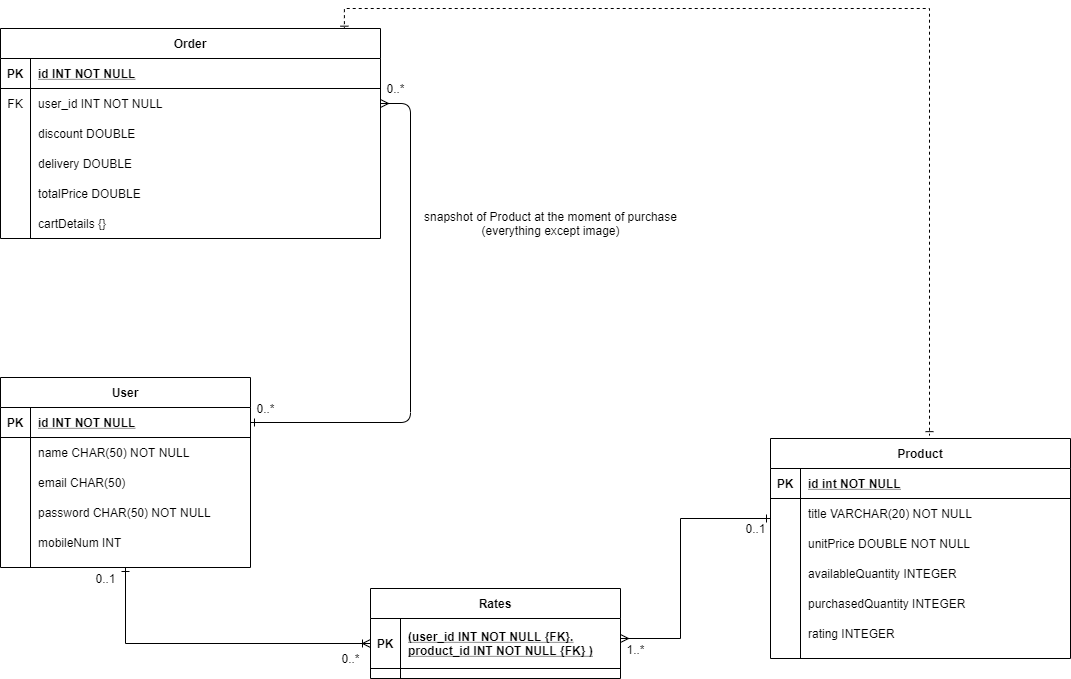
The draw.io diagram ShoppingCartERD.png in dinuka-rp/Shopping-Cart, before a commit. Source tidied: cells renumbered, new cells last; positions are measured from the earlier drawing's top-left corner, leaving out a move shared by most shapes.
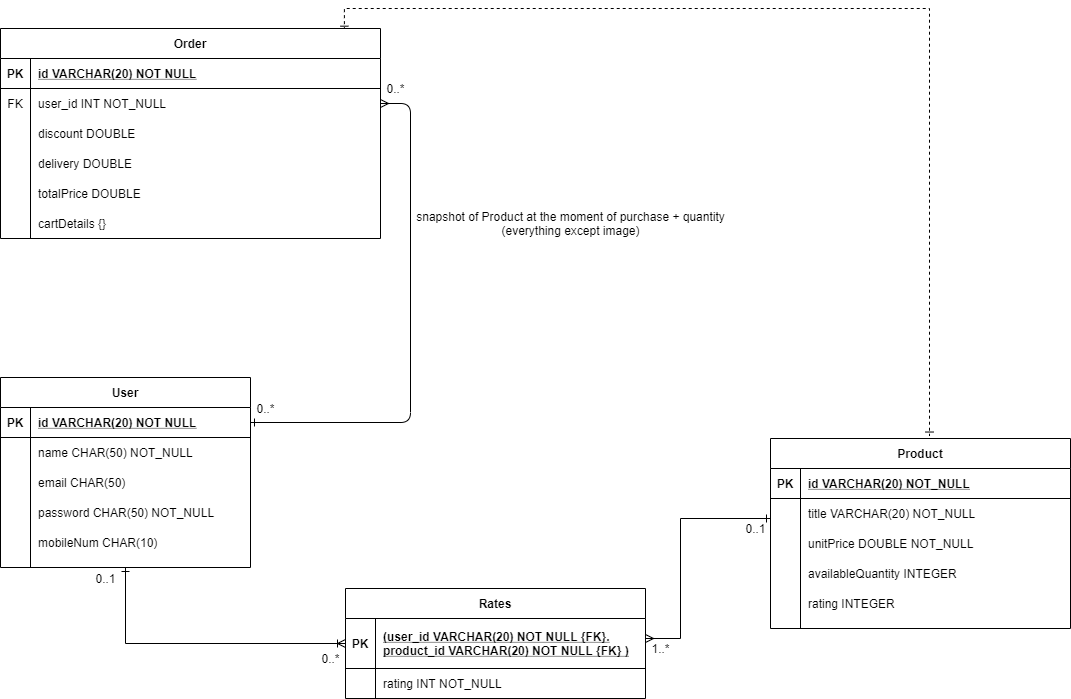
After the commit.

Diff of the diagram source:
```diff
@@ -28,10 +28,10 @@
       <mxGeometry x="85" y="560" width="40" height="20" as="geometry" />
     </mxCell>
     <mxCell id="7" value="0..*" style="text;html=1;align=center;verticalAlign=middle;" parent="1" vertex="1">
-      <mxGeometry x="335" y="640" width="30" height="20" as="geometry" />
+      <mxGeometry x="315" y="640" width="30" height="20" as="geometry" />
     </mxCell>
     <mxCell id="8" value="1..*" style="text;html=1;align=center;verticalAlign=middle;" parent="1" vertex="1">
-      <mxGeometry x="620" y="631" width="30" height="20" as="geometry" />
+      <mxGeometry x="645" y="630" width="30" height="20" as="geometry" />
     </mxCell>
     <mxCell id="9" value="0..1" style="text;html=1;align=center;verticalAlign=middle;" parent="1" vertex="1">
       <mxGeometry x="735" y="510" width="40" height="20" as="geometry" />
@@ -42,11 +42,11 @@
     <mxCell id="11" value="0..*" style="text;html=1;align=center;verticalAlign=middle;" parent="1" vertex="1">
       <mxGeometry x="250" y="390" width="30" height="20" as="geometry" />
     </mxCell>
-    <mxCell id="12" value="snapshot of Product at the moment of purchase&lt;br&gt;(everything except image)" style="text;html=1;align=center;verticalAlign=middle;" parent="1" vertex="1">
-      <mxGeometry x="415" y="200" width="270" height="30" as="geometry" />
+    <mxCell id="12" value="snapshot of Product at the moment of purchase + quantity&lt;br&gt;(everything except image)" style="text;html=1;align=center;verticalAlign=middle;" parent="1" vertex="1">
+      <mxGeometry x="410" y="200" width="320" height="30" as="geometry" />
     </mxCell>
     <mxCell id="13" value="Product" style="shape=table;startSize=30;rowLines=0;fontStyle=1;align=center;" parent="1" vertex="1">
-      <mxGeometry x="770" y="430" width="300" height="220" as="geometry" />
+      <mxGeometry x="770" y="430" width="300" height="190" as="geometry" />
     </mxCell>
     <mxCell id="14" style="shape=partialRectangle;fillColor=none;top=0;left=0;right=0;bottom=1;" parent="13" vertex="1">
       <mxGeometry y="30" width="300" height="30" as="geometry" />
@@ -54,7 +54,7 @@
     <mxCell id="15" value="PK" style="shape=partialRectangle;overflow=hidden;fillColor=none;top=0;left=0;bottom=0;right=0;fontStyle=1;" parent="14" vertex="1">
       <mxGeometry width="30" height="30" as="geometry" />
     </mxCell>
-    <mxCell id="16" value="id int NOT NULL " style="shape=partialRectangle;overflow=hidden;fillColor=none;top=0;left=0;bottom=0;right=0;align=left;spacingLeft=6;fontStyle=5;" parent="14" vertex="1">
+    <mxCell id="16" value="id VARCHAR(20) NOT_NULL" style="shape=partialRectangle;overflow=hidden;fillColor=none;top=0;left=0;bottom=0;right=0;align=left;spacingLeft=6;fontStyle=5;" parent="14" vertex="1">
       <mxGeometry x="30" width="270" height="30" as="geometry" />
     </mxCell>
     <mxCell id="17" style="shape=partialRectangle;fillColor=none;top=0;left=0;right=0;bottom=0;" parent="13" vertex="1">
@@ -63,7 +63,7 @@
     <mxCell id="18" style="shape=partialRectangle;overflow=hidden;fillColor=none;top=0;left=0;bottom=0;right=0;" parent="17" vertex="1">
       <mxGeometry width="30" height="30" as="geometry" />
     </mxCell>
-    <mxCell id="19" value="title VARCHAR(20) NOT NULL" style="shape=partialRectangle;overflow=hidden;fillColor=none;top=0;left=0;bottom=0;right=0;align=left;spacingLeft=6;" parent="17" vertex="1">
+    <mxCell id="19" value="title VARCHAR(20) NOT_NULL" style="shape=partialRectangle;overflow=hidden;fillColor=none;top=0;left=0;bottom=0;right=0;align=left;spacingLeft=6;" parent="17" vertex="1">
       <mxGeometry x="30" width="270" height="30" as="geometry" />
     </mxCell>
     <mxCell id="20" style="shape=partialRectangle;fillColor=none;top=0;left=0;right=0;bottom=0;" parent="13" vertex="1">
@@ -72,7 +72,7 @@
     <mxCell id="21" style="shape=partialRectangle;overflow=hidden;fillColor=none;top=0;left=0;bottom=0;right=0;" parent="20" vertex="1">
       <mxGeometry width="30" height="30" as="geometry" />
     </mxCell>
-    <mxCell id="22" value="unitPrice DOUBLE NOT NULL" style="shape=partialRectangle;overflow=hidden;fillColor=none;top=0;left=0;bottom=0;right=0;align=left;spacingLeft=6;" parent="20" vertex="1">
+    <mxCell id="22" value="unitPrice DOUBLE NOT_NULL" style="shape=partialRectangle;overflow=hidden;fillColor=none;top=0;left=0;bottom=0;right=0;align=left;spacingLeft=6;" parent="20" vertex="1">
       <mxGeometry x="30" width="270" height="30" as="geometry" />
     </mxCell>
     <mxCell id="23" style="shape=partialRectangle;fillColor=none;top=0;left=0;right=0;bottom=0;" parent="13" vertex="1">
@@ -84,17 +84,8 @@
     <mxCell id="25" value="availableQuantity INTEGER" style="shape=partialRectangle;overflow=hidden;fillColor=none;top=0;left=0;bottom=0;right=0;align=left;spacingLeft=6;" parent="23" vertex="1">
       <mxGeometry x="30" width="270" height="30" as="geometry" />
     </mxCell>
-    <mxCell id="26" style="shape=partialRectangle;fillColor=none;top=0;left=0;right=0;bottom=0;" parent="13" vertex="1">
-      <mxGeometry y="150" width="300" height="30" as="geometry" />
-    </mxCell>
-    <mxCell id="27" style="shape=partialRectangle;overflow=hidden;fillColor=none;top=0;left=0;bottom=0;right=0;" parent="26" vertex="1">
-      <mxGeometry width="30" height="30" as="geometry" />
-    </mxCell>
-    <mxCell id="28" value="purchasedQuantity INTEGER" style="shape=partialRectangle;overflow=hidden;fillColor=none;top=0;left=0;bottom=0;right=0;align=left;spacingLeft=6;" parent="26" vertex="1">
-      <mxGeometry x="30" width="270" height="30" as="geometry" />
-    </mxCell>
     <mxCell id="29" style="shape=partialRectangle;fillColor=none;top=0;left=0;right=0;bottom=0;" parent="13" vertex="1">
-      <mxGeometry y="180" width="300" height="30" as="geometry" />
+      <mxGeometry y="150" width="300" height="30" as="geometry" />
     </mxCell>
     <mxCell id="30" style="shape=partialRectangle;overflow=hidden;fillColor=none;top=0;left=0;bottom=0;right=0;" parent="29" vertex="1">
       <mxGeometry width="30" height="30" as="geometry" />
@@ -102,18 +93,6 @@
     <mxCell id="31" value="rating INTEGER" style="shape=partialRectangle;overflow=hidden;fillColor=none;top=0;left=0;bottom=0;right=0;align=left;spacingLeft=6;" parent="29" vertex="1">
       <mxGeometry x="30" width="270" height="30" as="geometry" />
     </mxCell>
-    <mxCell id="32" value="Rates" style="shape=table;startSize=30;rowLines=0;fontStyle=1;align=center;" parent="1" vertex="1">
-      <mxGeometry x="370" y="580" width="250" height="90" as="geometry" />
-    </mxCell>
-    <mxCell id="33" style="shape=partialRectangle;fillColor=none;top=0;left=0;bottom=1;right=0;points=[[0,0.5],[1,0.5]];portConstraint=eastwest;" parent="32" vertex="1">
-      <mxGeometry y="30" width="250" height="50" as="geometry" />
-    </mxCell>
-    <mxCell id="34" value="PK" style="shape=partialRectangle;fillColor=none;top=0;left=0;bottom=0;right=0;fontStyle=1;overflow=hidden;" parent="33" vertex="1">
-      <mxGeometry width="30" height="50" as="geometry" />
-    </mxCell>
-    <mxCell id="35" value="(user_id INT NOT NULL {FK}.&#10;product_id INT NOT NULL {FK} )" style="shape=partialRectangle;fillColor=none;top=0;left=0;bottom=0;right=0;align=left;spacingLeft=6;fontStyle=5;overflow=hidden;" parent="33" vertex="1">
-      <mxGeometry x="30" width="220" height="50" as="geometry" />
-    </mxCell>
     <mxCell id="36" value="User" style="shape=table;startSize=30;rowLines=0;fontStyle=1;align=center;" parent="1" vertex="1">
       <mxGeometry y="369" width="250" height="190" as="geometry" />
     </mxCell>
@@ -123,7 +102,7 @@
     <mxCell id="38" value="PK" style="shape=partialRectangle;overflow=hidden;fillColor=none;top=0;left=0;bottom=0;right=0;fontStyle=1;" parent="37" vertex="1">
       <mxGeometry width="30" height="30" as="geometry" />
     </mxCell>
-    <mxCell id="39" value="id INT NOT NULL " style="shape=partialRectangle;overflow=hidden;fillColor=none;top=0;left=0;bottom=0;right=0;align=left;spacingLeft=6;fontStyle=5;" parent="37" vertex="1">
+    <mxCell id="39" value="id VARCHAR(20) NOT NULL " style="shape=partialRectangle;overflow=hidden;fillColor=none;top=0;left=0;bottom=0;right=0;align=left;spacingLeft=6;fontStyle=5;" parent="37" vertex="1">
       <mxGeometry x="30" width="220" height="30" as="geometry" />
     </mxCell>
     <mxCell id="40" style="shape=partialRectangle;fillColor=none;top=0;left=0;right=0;bottom=0;" parent="36" vertex="1">
@@ -132,7 +111,7 @@
     <mxCell id="41" style="shape=partialRectangle;overflow=hidden;fillColor=none;top=0;left=0;bottom=0;right=0;" parent="40" vertex="1">
       <mxGeometry width="30" height="30" as="geometry" />
     </mxCell>
-    <mxCell id="42" value="name CHAR(50) NOT NULL" style="shape=partialRectangle;overflow=hidden;fillColor=none;top=0;left=0;bottom=0;right=0;align=left;spacingLeft=6;" parent="40" vertex="1">
+    <mxCell id="42" value="name CHAR(50) NOT_NULL" style="shape=partialRectangle;overflow=hidden;fillColor=none;top=0;left=0;bottom=0;right=0;align=left;spacingLeft=6;" parent="40" vertex="1">
       <mxGeometry x="30" width="220" height="30" as="geometry" />
     </mxCell>
     <mxCell id="43" style="shape=partialRectangle;fillColor=none;top=0;left=0;right=0;bottom=0;" parent="36" vertex="1">
@@ -150,7 +129,7 @@
     <mxCell id="47" style="shape=partialRectangle;overflow=hidden;fillColor=none;top=0;left=0;bottom=0;right=0;" parent="46" vertex="1">
       <mxGeometry width="30" height="30" as="geometry" />
     </mxCell>
-    <mxCell id="48" value="password CHAR(50) NOT NULL" style="shape=partialRectangle;overflow=hidden;fillColor=none;top=0;left=0;bottom=0;right=0;align=left;spacingLeft=6;" parent="46" vertex="1">
+    <mxCell id="48" value="password CHAR(50) NOT_NULL" style="shape=partialRectangle;overflow=hidden;fillColor=none;top=0;left=0;bottom=0;right=0;align=left;spacingLeft=6;" parent="46" vertex="1">
       <mxGeometry x="30" width="220" height="30" as="geometry" />
     </mxCell>
     <mxCell id="49" style="shape=partialRectangle;fillColor=none;top=0;left=0;right=0;bottom=0;" parent="36" vertex="1">
@@ -159,7 +138,7 @@
     <mxCell id="50" style="shape=partialRectangle;overflow=hidden;fillColor=none;top=0;left=0;bottom=0;right=0;" parent="49" vertex="1">
       <mxGeometry width="30" height="30" as="geometry" />
     </mxCell>
-    <mxCell id="51" value="mobileNum INT" style="shape=partialRectangle;overflow=hidden;fillColor=none;top=0;left=0;bottom=0;right=0;align=left;spacingLeft=6;" parent="49" vertex="1">
+    <mxCell id="51" value="mobileNum CHAR(10)" style="shape=partialRectangle;overflow=hidden;fillColor=none;top=0;left=0;bottom=0;right=0;align=left;spacingLeft=6;" parent="49" vertex="1">
       <mxGeometry x="30" width="220" height="30" as="geometry" />
     </mxCell>
     <mxCell id="52" value="Order" style="shape=table;startSize=30;rowLines=0;fontStyle=1;align=center;" parent="1" vertex="1">
@@ -171,7 +150,7 @@
     <mxCell id="54" value="PK" style="shape=partialRectangle;fillColor=none;top=0;left=0;bottom=0;right=0;fontStyle=1;overflow=hidden;" parent="53" vertex="1">
       <mxGeometry width="30" height="30" as="geometry" />
     </mxCell>
-    <mxCell id="55" value="id INT NOT NULL" style="shape=partialRectangle;fillColor=none;top=0;left=0;bottom=0;right=0;align=left;spacingLeft=6;fontStyle=5;overflow=hidden;" parent="53" vertex="1">
+    <mxCell id="55" value="id VARCHAR(20) NOT NULL" style="shape=partialRectangle;fillColor=none;top=0;left=0;bottom=0;right=0;align=left;spacingLeft=6;fontStyle=5;overflow=hidden;" parent="53" vertex="1">
       <mxGeometry x="30" width="350" height="30" as="geometry" />
     </mxCell>
     <mxCell id="56" style="shape=partialRectangle;fillColor=none;top=0;left=0;bottom=0;right=0;points=[[0,0.5],[1,0.5]];portConstraint=eastwest;" parent="52" vertex="1">
@@ -180,7 +159,7 @@
     <mxCell id="57" value="FK" style="shape=partialRectangle;fillColor=none;top=0;left=0;bottom=0;right=0;overflow=hidden;" parent="56" vertex="1">
       <mxGeometry width="30" height="30" as="geometry" />
     </mxCell>
-    <mxCell id="58" value="user_id INT NOT NULL" style="shape=partialRectangle;fillColor=none;top=0;left=0;bottom=0;right=0;align=left;spacingLeft=6;overflow=hidden;" parent="56" vertex="1">
+    <mxCell id="58" value="user_id INT NOT_NULL" style="shape=partialRectangle;fillColor=none;top=0;left=0;bottom=0;right=0;align=left;spacingLeft=6;overflow=hidden;" parent="56" vertex="1">
       <mxGeometry x="30" width="350" height="30" as="geometry" />
     </mxCell>
     <mxCell id="59" style="shape=partialRectangle;fillColor=none;top=0;left=0;bottom=0;right=0;" parent="52" vertex="1">
@@ -219,5 +198,26 @@
     <mxCell id="70" value="cartDetails {}" style="shape=partialRectangle;fillColor=none;top=0;left=0;bottom=0;right=0;align=left;spacingLeft=6;overflow=hidden;" parent="68" vertex="1">
       <mxGeometry x="30" width="350" height="30" as="geometry" />
     </mxCell>
+    <mxCell id="32" value="Rates" style="shape=table;startSize=30;rowLines=0;fontStyle=1;align=center;" parent="1" vertex="1">
+      <mxGeometry x="345" y="580" width="300" height="110" as="geometry" />
+    </mxCell>
+    <mxCell id="33" style="shape=partialRectangle;fillColor=none;top=0;left=0;bottom=1;right=0;points=[[0,0.5],[1,0.5]];portConstraint=eastwest;" parent="32" vertex="1">
+      <mxGeometry y="30" width="300" height="50" as="geometry" />
+    </mxCell>
+    <mxCell id="34" value="PK" style="shape=partialRectangle;fillColor=none;top=0;left=0;bottom=0;right=0;fontStyle=1;overflow=hidden;" parent="33" vertex="1">
+      <mxGeometry width="30" height="50" as="geometry" />
+    </mxCell>
+    <mxCell id="35" value="(user_id VARCHAR(20) NOT NULL {FK}.&#10;product_id VARCHAR(20) NOT NULL {FK} )" style="shape=partialRectangle;fillColor=none;top=0;left=0;bottom=0;right=0;align=left;spacingLeft=6;fontStyle=5;overflow=hidden;" parent="33" vertex="1">
+      <mxGeometry x="30" width="270" height="50" as="geometry" />
+    </mxCell>
+    <mxCell id="71" style="shape=partialRectangle;fillColor=none;top=0;left=0;right=0;bottom=0;" parent="32" vertex="1">
+      <mxGeometry y="80" width="300" height="30" as="geometry" />
+    </mxCell>
+    <mxCell id="27" style="shape=partialRectangle;overflow=hidden;fillColor=none;top=0;left=0;bottom=0;right=0;" parent="71" vertex="1">
+      <mxGeometry width="30" height="30" as="geometry" />
+    </mxCell>
+    <mxCell id="72" value="rating INT NOT_NULL" style="shape=partialRectangle;overflow=hidden;fillColor=none;top=0;left=0;bottom=0;right=0;align=left;spacingLeft=6;" parent="71" vertex="1">
+      <mxGeometry x="30" width="270" height="30" as="geometry" />
+    </mxCell>
   </root>
 </mxGraphModel>
```
